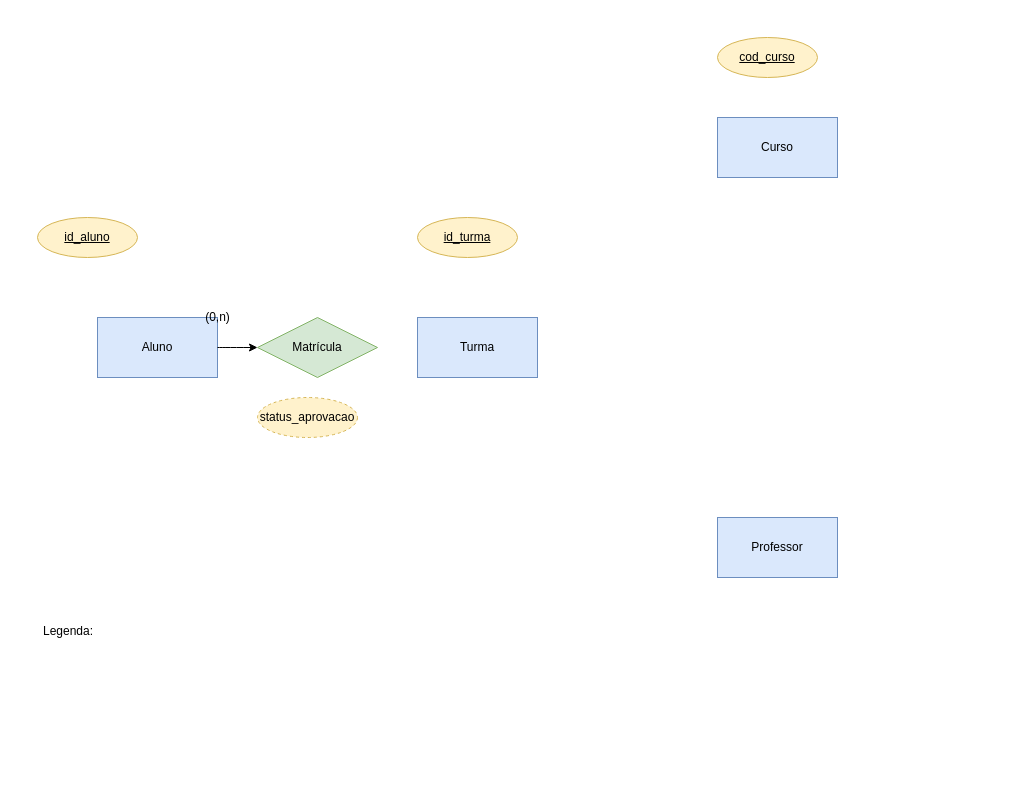
Earlier version of the draw.io diagram Banco-de-Dados/bd_escola_tecnica003.drawio (mateus-s-a/IFMT_Eng_Computacao). Source tidied: cells renumbered, new cells numbered last; positions are measured from the earlier drawing's top-left corner, leaving out a move shared by most shapes. Both pictures are drawn from the tidied source at 100%, with x=0, y=0 at pixel (37, 37).
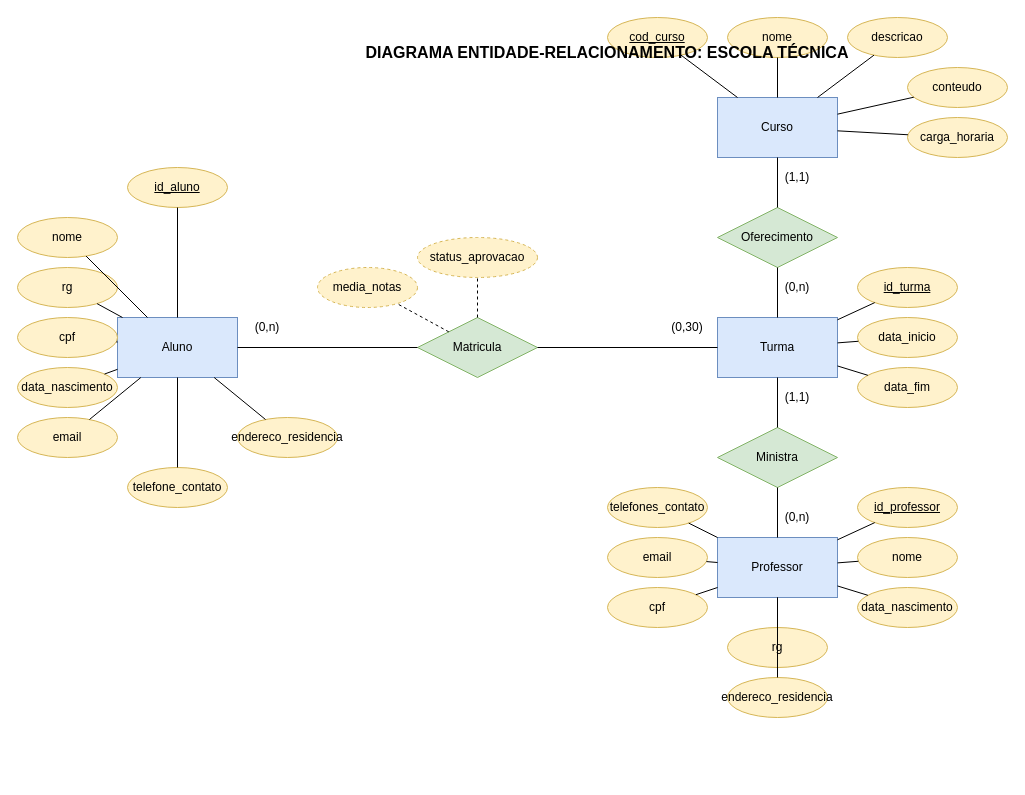
Above is the later version.

What changed in the source:
```diff
@@
     <mxCell id="2" value="Aluno" style="rounded=0;whiteSpace=wrap;html=1;fillColor=#dae8fc;strokeColor=#6c8ebf;" parent="1" vertex="1">
-      <mxGeometry x="60" y="280" width="120" height="60" as="geometry" />
+      <mxGeometry x="80" y="280" width="120" height="60" as="geometry" />
     </mxCell>
     <mxCell id="3" value="Curso" style="rounded=0;whiteSpace=wrap;html=1;fillColor=#dae8fc;strokeColor=#6c8ebf;" parent="1" vertex="1">
-      <mxGeometry x="680" y="80" width="120" height="60" as="geometry" />
+      <mxGeometry x="680" y="60" width="120" height="60" as="geometry" />
     </mxCell>
     <mxCell id="4" value="Turma" style="rounded=0;whiteSpace=wrap;html=1;fillColor=#dae8fc;strokeColor=#6c8ebf;" parent="1" vertex="1">
-      <mxGeometry x="380" y="280" width="120" height="60" as="geometry" />
+      <mxGeometry x="680" y="280" width="120" height="60" as="geometry" />
     </mxCell>
     <mxCell id="5" value="Professor" style="rounded=0;whiteSpace=wrap;html=1;fillColor=#dae8fc;strokeColor=#6c8ebf;" parent="1" vertex="1">
-      <mxGeometry x="680" y="480" width="120" height="60" as="geometry" />
+      <mxGeometry x="680" y="500" width="120" height="60" as="geometry" />
     </mxCell>
     <mxCell id="6" value="id_aluno" style="ellipse;whiteSpace=wrap;html=1;fillColor=#fff2cc;strokeColor=#d6b656;fontStyle=4;" parent="1" vertex="1">
-      <mxGeometry y="180" width="100" height="40" as="geometry" />
+      <mxGeometry x="90" y="130" width="100" height="40" as="geometry" />
     </mxCell>
+    <mxCell id="14" value="nome" style="ellipse;whiteSpace=wrap;html=1;fillColor=#fff2cc;strokeColor=#d6b656;" parent="1" vertex="1">
+      <mxGeometry x="-20" y="180" width="100" height="40" as="geometry" />
+    </mxCell>
+    <mxCell id="15" value="rg" style="ellipse;whiteSpace=wrap;html=1;fillColor=#fff2cc;strokeColor=#d6b656;" parent="1" vertex="1">
+      <mxGeometry x="-20" y="230" width="100" height="40" as="geometry" />
+    </mxCell>
+    <mxCell id="16" value="cpf" style="ellipse;whiteSpace=wrap;html=1;fillColor=#fff2cc;strokeColor=#d6b656;" parent="1" vertex="1">
+      <mxGeometry x="-20" y="280" width="100" height="40" as="geometry" />
+    </mxCell>
+    <mxCell id="17" value="data_nascimento" style="ellipse;whiteSpace=wrap;html=1;fillColor=#fff2cc;strokeColor=#d6b656;" parent="1" vertex="1">
+      <mxGeometry x="-20" y="330" width="100" height="40" as="geometry" />
+    </mxCell>
+    <mxCell id="18" value="email" style="ellipse;whiteSpace=wrap;html=1;fillColor=#fff2cc;strokeColor=#d6b656;" parent="1" vertex="1">
+      <mxGeometry x="-20" y="380" width="100" height="40" as="geometry" />
+    </mxCell>
+    <mxCell id="19" value="telefone_contato" style="ellipse;whiteSpace=wrap;html=1;fillColor=#fff2cc;strokeColor=#d6b656;" parent="1" vertex="1">
+      <mxGeometry x="90" y="430" width="100" height="40" as="geometry" />
+    </mxCell>
+    <mxCell id="20" value="endereco_residencia" style="ellipse;whiteSpace=wrap;html=1;fillColor=#fff2cc;strokeColor=#d6b656;" parent="1" vertex="1">
+      <mxGeometry x="200" y="380" width="100" height="40" as="geometry" />
+    </mxCell>
+    <mxCell id="21" style="endArrow=none;html=1;rounded=0;" parent="1" edge="1" source="2" target="6">
+      <mxGeometry relative="1" as="geometry" />
+    </mxCell>
+    <mxCell id="22" style="endArrow=none;html=1;rounded=0;" parent="1" edge="1" source="2" target="14">
+      <mxGeometry relative="1" as="geometry" />
+    </mxCell>
+    <mxCell id="23" style="endArrow=none;html=1;rounded=0;" parent="1" edge="1" source="2" target="15">
+      <mxGeometry relative="1" as="geometry" />
+    </mxCell>
+    <mxCell id="24" style="endArrow=none;html=1;rounded=0;" parent="1" edge="1" source="2" target="16">
+      <mxGeometry relative="1" as="geometry" />
+    </mxCell>
+    <mxCell id="25" style="endArrow=none;html=1;rounded=0;" parent="1" edge="1" source="2" target="17">
+      <mxGeometry relative="1" as="geometry" />
+    </mxCell>
+    <mxCell id="26" style="endArrow=none;html=1;rounded=0;" parent="1" edge="1" source="2" target="18">
+      <mxGeometry relative="1" as="geometry" />
+    </mxCell>
+    <mxCell id="27" style="endArrow=none;html=1;rounded=0;" parent="1" edge="1" source="2" target="19">
+      <mxGeometry relative="1" as="geometry" />
+    </mxCell>
+    <mxCell id="28" style="endArrow=none;html=1;rounded=0;" parent="1" edge="1" source="2" target="20">
+      <mxGeometry relative="1" as="geometry" />
+    </mxCell>
     <mxCell id="7" value="cod_curso" style="ellipse;whiteSpace=wrap;html=1;fillColor=#fff2cc;strokeColor=#d6b656;fontStyle=4;" parent="1" vertex="1">
-      <mxGeometry x="680" width="100" height="40" as="geometry" />
+      <mxGeometry x="570" y="-20" width="100" height="40" as="geometry" />
     </mxCell>
+    <mxCell id="29" value="nome" style="ellipse;whiteSpace=wrap;html=1;fillColor=#fff2cc;strokeColor=#d6b656;" parent="1" vertex="1">
+      <mxGeometry x="690" y="-20" width="100" height="40" as="geometry" />
+    </mxCell>
+    <mxCell id="30" value="descricao" style="ellipse;whiteSpace=wrap;html=1;fillColor=#fff2cc;strokeColor=#d6b656;" parent="1" vertex="1">
+      <mxGeometry x="810" y="-20" width="100" height="40" as="geometry" />
+    </mxCell>
+    <mxCell id="31" value="conteudo" style="ellipse;whiteSpace=wrap;html=1;fillColor=#fff2cc;strokeColor=#d6b656;" parent="1" vertex="1">
+      <mxGeometry x="870" y="30" width="100" height="40" as="geometry" />
+    </mxCell>
+    <mxCell id="32" value="carga_horaria" style="ellipse;whiteSpace=wrap;html=1;fillColor=#fff2cc;strokeColor=#d6b656;" parent="1" vertex="1">
+      <mxGeometry x="870" y="80" width="100" height="40" as="geometry" />
+    </mxCell>
+    <mxCell id="33" style="endArrow=none;html=1;rounded=0;" parent="1" edge="1" source="3" target="7">
+      <mxGeometry relative="1" as="geometry" />
+    </mxCell>
+    <mxCell id="34" style="endArrow=none;html=1;rounded=0;" parent="1" edge="1" source="3" target="29">
+      <mxGeometry relative="1" as="geometry" />
+    </mxCell>
+    <mxCell id="35" style="endArrow=none;html=1;rounded=0;" parent="1" edge="1" source="3" target="30">
+      <mxGeometry relative="1" as="geometry" />
+    </mxCell>
+    <mxCell id="36" style="endArrow=none;html=1;rounded=0;" parent="1" edge="1" source="3" target="31">
+      <mxGeometry relative="1" as="geometry" />
+    </mxCell>
+    <mxCell id="37" style="endArrow=none;html=1;rounded=0;" parent="1" edge="1" source="3" target="32">
+      <mxGeometry relative="1" as="geometry" />
+    </mxCell>
     <mxCell id="8" value="id_turma" style="ellipse;whiteSpace=wrap;html=1;fillColor=#fff2cc;strokeColor=#d6b656;fontStyle=4;" parent="1" vertex="1">
-      <mxGeometry x="380" y="180" width="100" height="40" as="geometry" />
+      <mxGeometry x="820" y="230" width="100" height="40" as="geometry" />
     </mxCell>
-    <mxCell id="9" value="Matrícula" style="rhombus;whiteSpace=wrap;html=1;fillColor=#d5e8d4;strokeColor=#82b366;" parent="1" vertex="1">
-      <mxGeometry x="220" y="280" width="120" height="60" as="geometry" />
-    </mxCell>
+    <mxCell id="38" value="data_inicio" style="ellipse;whiteSpace=wrap;html=1;fillColor=#fff2cc;strokeColor=#d6b656;" parent="1" vertex="1">
+      <mxGeometry x="820" y="280" width="100" height="40" as="geometry" />
+    </mxCell>
+    <mxCell id="39" value="data_fim" style="ellipse;whiteSpace=wrap;html=1;fillColor=#fff2cc;strokeColor=#d6b656;" parent="1" vertex="1">
+      <mxGeometry x="820" y="330" width="100" height="40" as="geometry" />
+    </mxCell>
+    <mxCell id="40" style="endArrow=none;html=1;rounded=0;" parent="1" edge="1" source="4" target="8">
+      <mxGeometry relative="1" as="geometry" />
+    </mxCell>
+    <mxCell id="41" style="endArrow=none;html=1;rounded=0;" parent="1" edge="1" source="4" target="38">
+      <mxGeometry relative="1" as="geometry" />
+    </mxCell>
+    <mxCell id="42" style="endArrow=none;html=1;rounded=0;" parent="1" edge="1" source="4" target="39">
+      <mxGeometry relative="1" as="geometry" />
+    </mxCell>
+    <mxCell id="43" value="id_professor" style="ellipse;whiteSpace=wrap;html=1;fillColor=#fff2cc;strokeColor=#d6b656;fontStyle=4;" parent="1" vertex="1">
+      <mxGeometry x="820" y="450" width="100" height="40" as="geometry" />
+    </mxCell>
+    <mxCell id="44" value="nome" style="ellipse;whiteSpace=wrap;html=1;fillColor=#fff2cc;strokeColor=#d6b656;" parent="1" vertex="1">
+      <mxGeometry x="820" y="500" width="100" height="40" as="geometry" />
+    </mxCell>
+    <mxCell id="45" value="data_nascimento" style="ellipse;whiteSpace=wrap;html=1;fillColor=#fff2cc;strokeColor=#d6b656;" parent="1" vertex="1">
+      <mxGeometry x="820" y="550" width="100" height="40" as="geometry" />
+    </mxCell>
+    <mxCell id="46" value="rg" style="ellipse;whiteSpace=wrap;html=1;fillColor=#fff2cc;strokeColor=#d6b656;" parent="1" vertex="1">
+      <mxGeometry x="690" y="590" width="100" height="40" as="geometry" />
+    </mxCell>
+    <mxCell id="47" value="cpf" style="ellipse;whiteSpace=wrap;html=1;fillColor=#fff2cc;strokeColor=#d6b656;" parent="1" vertex="1">
+      <mxGeometry x="570" y="550" width="100" height="40" as="geometry" />
+    </mxCell>
+    <mxCell id="48" value="email" style="ellipse;whiteSpace=wrap;html=1;fillColor=#fff2cc;strokeColor=#d6b656;" parent="1" vertex="1">
+      <mxGeometry x="570" y="500" width="100" height="40" as="geometry" />
+    </mxCell>
+    <mxCell id="49" value="telefones_contato" style="ellipse;whiteSpace=wrap;html=1;fillColor=#fff2cc;strokeColor=#d6b656;" parent="1" vertex="1">
+      <mxGeometry x="570" y="450" width="100" height="40" as="geometry" />
+    </mxCell>
+    <mxCell id="50" value="endereco_residencia" style="ellipse;whiteSpace=wrap;html=1;fillColor=#fff2cc;strokeColor=#d6b656;" parent="1" vertex="1">
+      <mxGeometry x="690" y="640" width="100" height="40" as="geometry" />
+    </mxCell>
+    <mxCell id="51" style="endArrow=none;html=1;rounded=0;" parent="1" edge="1" source="5" target="43">
+      <mxGeometry relative="1" as="geometry" />
+    </mxCell>
+    <mxCell id="52" style="endArrow=none;html=1;rounded=0;" parent="1" edge="1" source="5" target="44">
+      <mxGeometry relative="1" as="geometry" />
+    </mxCell>
+    <mxCell id="53" style="endArrow=none;html=1;rounded=0;" parent="1" edge="1" source="5" target="45">
+      <mxGeometry relative="1" as="geometry" />
+    </mxCell>
+    <mxCell id="54" style="endArrow=none;html=1;rounded=0;" parent="1" edge="1" source="5" target="46">
+      <mxGeometry relative="1" as="geometry" />
+    </mxCell>
+    <mxCell id="55" style="endArrow=none;html=1;rounded=0;" parent="1" edge="1" source="5" target="47">
+      <mxGeometry relative="1" as="geometry" />
+    </mxCell>
+    <mxCell id="56" style="endArrow=none;html=1;rounded=0;" parent="1" edge="1" source="5" target="48">
+      <mxGeometry relative="1" as="geometry" />
+    </mxCell>
+    <mxCell id="57" style="endArrow=none;html=1;rounded=0;" parent="1" edge="1" source="5" target="49">
+      <mxGeometry relative="1" as="geometry" />
+    </mxCell>
+    <mxCell id="58" style="endArrow=none;html=1;rounded=0;" parent="1" edge="1" source="5" target="50">
+      <mxGeometry relative="1" as="geometry" />
+    </mxCell>
+    <mxCell id="59" value="Matricula" style="rhombus;whiteSpace=wrap;html=1;fillColor=#d5e8d4;strokeColor=#82b366;" parent="1" vertex="1">
+      <mxGeometry x="380" y="280" width="120" height="60" as="geometry" />
+    </mxCell>
+    <mxCell id="60" value="Oferecimento" style="rhombus;whiteSpace=wrap;html=1;fillColor=#d5e8d4;strokeColor=#82b366;" parent="1" vertex="1">
+      <mxGeometry x="680" y="170" width="120" height="60" as="geometry" />
+    </mxCell>
+    <mxCell id="61" value="Ministra" style="rhombus;whiteSpace=wrap;html=1;fillColor=#d5e8d4;strokeColor=#82b366;" parent="1" vertex="1">
+      <mxGeometry x="680" y="390" width="120" height="60" as="geometry" />
+    </mxCell>
     <mxCell id="10" value="status_aprovacao" style="ellipse;whiteSpace=wrap;html=1;fillColor=#fff2cc;strokeColor=#d6b656;dashed=1;" parent="1" vertex="1">
-      <mxGeometry x="220" y="360" width="100" height="40" as="geometry" />
+      <mxGeometry x="380" y="200" width="120" height="40" as="geometry" />
     </mxCell>
-    <mxCell id="11" style="edgeStyle=none;curved=1;rounded=0;html=1;exitX=1;exitY=0.5;exitDx=0;exitDy=0;entryX=0;entryY=0.5;entryDx=0;entryDy=0;" parent="1" edge="1" source="2" target="9">
-      <mxGeometry relative="1" as="geometry" />
-    </mxCell>
-    <mxCell id="12" value="(0,n)" style="text;html=1;strokeColor=none;fillColor=none;align=center;verticalAlign=middle;" parent="1" vertex="1">
-      <mxGeometry x="160" y="270" width="40" height="20" as="geometry" />
-    </mxCell>
-    <mxCell id="13" value="Legenda:" style="text;html=1;strokeColor=none;fillColor=none;align=left;verticalAlign=top;spacingLeft=4;" parent="1" vertex="1">
-      <mxGeometry y="580" width="160" height="160" as="geometry" />
-    </mxCell>
+    <mxCell id="62" value="media_notas" style="ellipse;whiteSpace=wrap;html=1;fillColor=#fff2cc;strokeColor=#d6b656;dashed=1;" parent="1" vertex="1">
+      <mxGeometry x="280" y="230" width="100" height="40" as="geometry" />
+    </mxCell>
+    <mxCell id="63" style="endArrow=none;html=1;rounded=0;dashed=1;" parent="1" edge="1" source="59" target="10">
+      <mxGeometry relative="1" as="geometry" />
+    </mxCell>
+    <mxCell id="64" style="endArrow=none;html=1;rounded=0;dashed=1;" parent="1" edge="1" source="59" target="62">
+      <mxGeometry relative="1" as="geometry" />
+    </mxCell>
+    <mxCell id="65" style="endArrow=none;html=1;rounded=0;" parent="1" edge="1" source="2" target="59">
+      <mxGeometry relative="1" as="geometry" />
+    </mxCell>
+    <mxCell id="66" value="(0,n)" style="text;html=1;strokeColor=none;fillColor=none;align=center;verticalAlign=middle;whiteSpace=wrap;rounded=0;" parent="1" vertex="1">
+      <mxGeometry x="210" y="280" width="40" height="20" as="geometry" />
+    </mxCell>
+    <mxCell id="67" style="endArrow=none;html=1;rounded=0;" parent="1" edge="1" source="59" target="4">
+      <mxGeometry relative="1" as="geometry" />
+    </mxCell>
+    <mxCell id="68" value="(0,30)" style="text;html=1;strokeColor=none;fillColor=none;align=center;verticalAlign=middle;whiteSpace=wrap;rounded=0;" parent="1" vertex="1">
+      <mxGeometry x="630" y="280" width="40" height="20" as="geometry" />
+    </mxCell>
+    <mxCell id="69" style="endArrow=none;html=1;rounded=0;" parent="1" edge="1" source="3" target="60">
+      <mxGeometry relative="1" as="geometry" />
+    </mxCell>
+    <mxCell id="70" value="(1,1)" style="text;html=1;strokeColor=none;fillColor=none;align=center;verticalAlign=middle;whiteSpace=wrap;rounded=0;" parent="1" vertex="1">
+      <mxGeometry x="740" y="130" width="40" height="20" as="geometry" />
+    </mxCell>
+    <mxCell id="71" style="endArrow=none;html=1;rounded=0;" parent="1" edge="1" source="60" target="4">
+      <mxGeometry relative="1" as="geometry" />
+    </mxCell>
+    <mxCell id="72" value="(0,n)" style="text;html=1;strokeColor=none;fillColor=none;align=center;verticalAlign=middle;whiteSpace=wrap;rounded=0;" parent="1" vertex="1">
+      <mxGeometry x="740" y="240" width="40" height="20" as="geometry" />
+    </mxCell>
+    <mxCell id="73" style="endArrow=none;html=1;rounded=0;" parent="1" edge="1" source="4" target="61">
+      <mxGeometry relative="1" as="geometry" />
+    </mxCell>
+    <mxCell id="74" value="(1,1)" style="text;html=1;strokeColor=none;fillColor=none;align=center;verticalAlign=middle;whiteSpace=wrap;rounded=0;" parent="1" vertex="1">
+      <mxGeometry x="740" y="350" width="40" height="20" as="geometry" />
+    </mxCell>
+    <mxCell id="75" style="endArrow=none;html=1;rounded=0;" parent="1" edge="1" source="61" target="5">
+      <mxGeometry relative="1" as="geometry" />
+    </mxCell>
+    <mxCell id="76" value="(0,n)" style="text;html=1;strokeColor=none;fillColor=none;align=center;verticalAlign=middle;whiteSpace=wrap;rounded=0;" parent="1" vertex="1">
+      <mxGeometry x="740" y="470" width="40" height="20" as="geometry" />
+    </mxCell>
+    <mxCell id="77" value="DIAGRAMA ENTIDADE-RELACIONAMENTO: ESCOLA TÉCNICA" style="text;html=1;strokeColor=none;fillColor=none;align=center;verticalAlign=middle;whiteSpace=wrap;rounded=0;fontSize=16;fontStyle=1;" parent="1" vertex="1">
+      <mxGeometry x="270" width="600" height="30" as="geometry" />
+    </mxCell>
```
